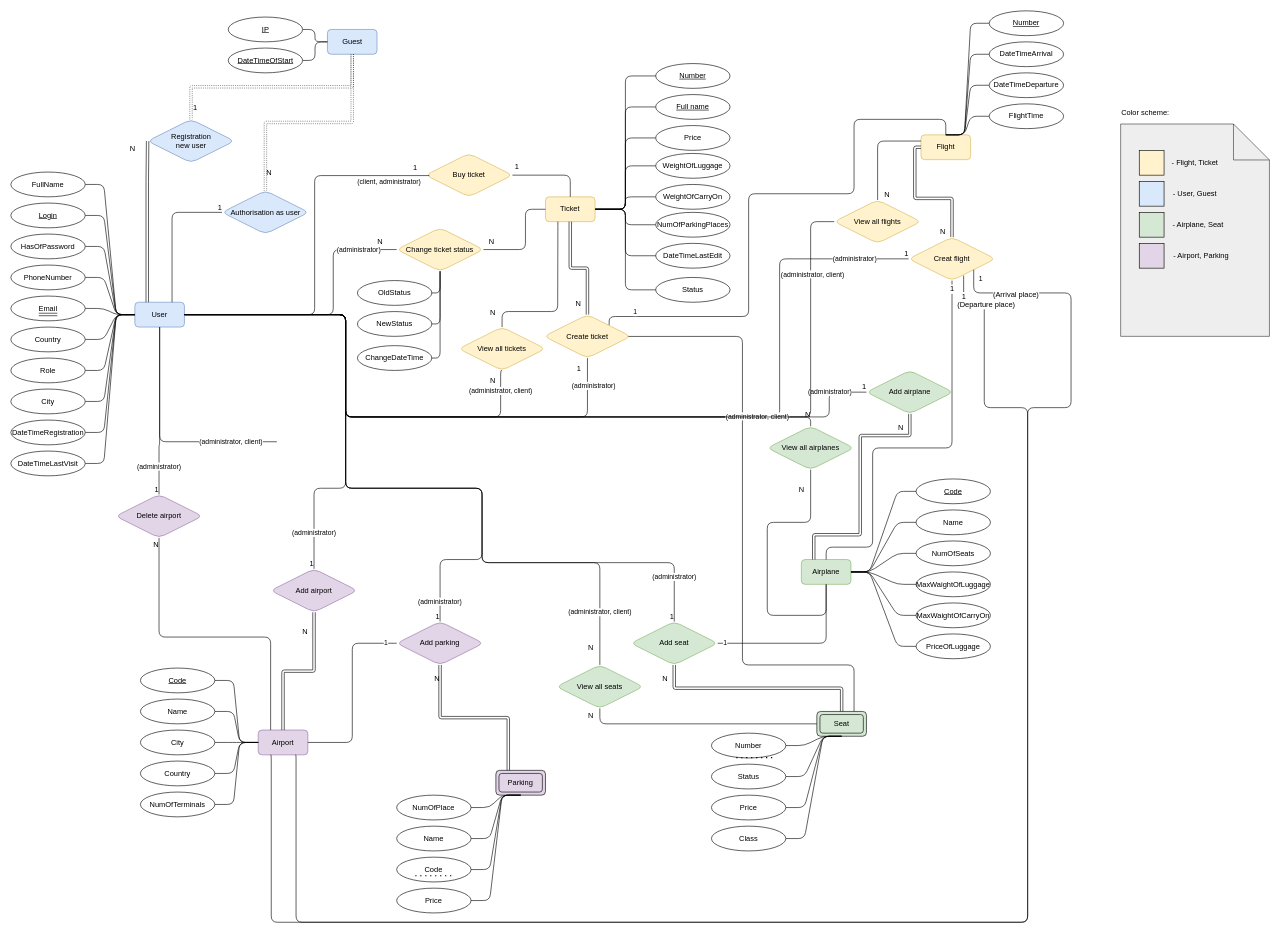
Earlier version of the draw.io diagram Design/Diagram/ERD.drawio (Yurii404/AirplaneTicketSalesSystem). Source tidied: cells renumbered, new cells numbered last; positions are measured from the earlier drawing's top-left corner, leaving out a move shared by most shapes. Both pictures are drawn from the tidied source at 62%, with x=0, y=0 at pixel (11, 11).
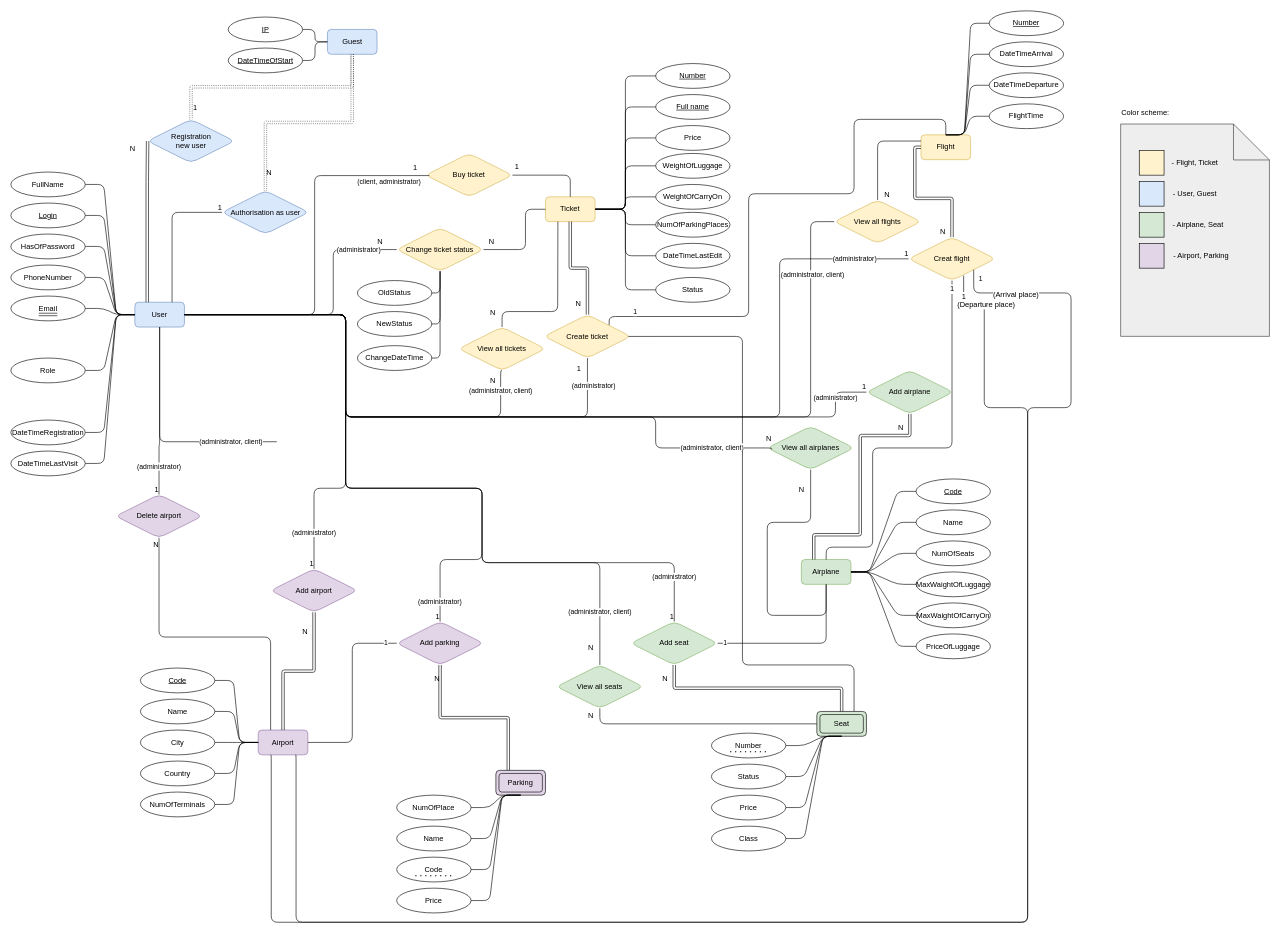
Above is the later version.

The change refers to these unchanged cells:
```xml
<mxCell id="3" value="User" style="whiteSpace=wrap;html=1;align=center;fillColor=#dae8fc;strokeColor=#6c8ebf;rounded=1;" parent="1" vertex="1">
  <mxGeometry x="200" y="470" width="80" height="40" as="geometry" />
</mxCell>
<mxCell id="98" value="Add airplane" style="shape=rhombus;perimeter=rhombusPerimeter;whiteSpace=wrap;html=1;align=center;fillColor=#d5e8d4;strokeColor=#82b366;rounded=1;" parent="1" vertex="1">
  <mxGeometry x="1380" y="580" width="140" height="70" as="geometry" />
</mxCell>
<mxCell id="143" value="View all airplanes" style="shape=rhombus;perimeter=rhombusPerimeter;whiteSpace=wrap;html=1;align=center;fillColor=#d5e8d4;strokeColor=#82b366;rounded=1;" parent="1" vertex="1">
  <mxGeometry x="1220" y="670" width="140" height="70" as="geometry" />
</mxCell>
```

Change to the diagram source:
```diff
@@
-    <mxCell id="29" style="edgeStyle=entityRelationEdgeStyle;rounded=1;jettySize=auto;html=1;exitX=1;exitY=0.5;exitDx=0;exitDy=0;entryX=0;entryY=0.5;entryDx=0;entryDy=0;endArrow=none;endFill=0;" parent="1" edge="1" source="30" target="3">
-      <mxGeometry relative="1" as="geometry" />
-    </mxCell>
-    <mxCell id="30" value="Country" style="ellipse;whiteSpace=wrap;html=1;align=center;rounded=1;" parent="1" vertex="1">
-      <mxGeometry y="510" width="120" height="40" as="geometry" />
-    </mxCell>
@@
-    <mxCell id="33" style="edgeStyle=entityRelationEdgeStyle;rounded=1;jettySize=auto;html=1;exitX=1;exitY=0.5;exitDx=0;exitDy=0;entryX=0;entryY=0.5;entryDx=0;entryDy=0;endArrow=none;endFill=0;" parent="1" edge="1" source="34" target="3">
-      <mxGeometry relative="1" as="geometry" />
-    </mxCell>
-    <mxCell id="34" value="City" style="ellipse;whiteSpace=wrap;html=1;align=center;rounded=1;" parent="1" vertex="1">
-      <mxGeometry y="610" width="120" height="40" as="geometry" />
-    </mxCell>
@@
     <mxCell id="126" value="(administrator)" style="html=1;rounded=1;endArrow=none;endFill=0;edgeStyle=orthogonalEdgeStyle;entryX=0;entryY=0.5;entryDx=0;entryDy=0;" parent="1" edge="1" target="98">
       <mxGeometry x="0.89" relative="1" as="geometry">
         <mxPoint x="520" y="490" as="sourcePoint" />
         <Array as="points">
           <mxPoint x="540" y="490" />
           <mxPoint x="540" y="655" />
-          <mxPoint x="1320" y="655" />
-          <mxPoint x="1320" y="615" />
+          <mxPoint x="1330" y="655" />
+          <mxPoint x="1330" y="615" />
         </Array>
       </mxGeometry>
     </mxCell>
@@
-    <mxCell id="144" value="(administrator, client)" style="html=1;rounded=1;endArrow=none;endFill=0;edgeStyle=orthogonalEdgeStyle;exitX=1;exitY=0.5;exitDx=0;exitDy=0;entryX=0.5;entryY=0;entryDx=0;entryDy=0;" parent="1" edge="1" source="3" target="143">
+    <mxCell id="144" value="(administrator, client)" style="html=1;rounded=1;endArrow=none;endFill=0;edgeStyle=orthogonalEdgeStyle;exitX=1;exitY=0.5;exitDx=0;exitDy=0;entryX=0.053;entryY=0.532;entryDx=0;entryDy=0;entryPerimeter=0;" parent="1" edge="1" source="3" target="143">
       <mxGeometry x="0.83" relative="1" as="geometry">
         <Array as="points">
           <mxPoint x="540" y="490" />
           <mxPoint x="540" y="655" />
-          <mxPoint x="1290" y="655" />
+          <mxPoint x="1040" y="655" />
+          <mxPoint x="1040" y="705" />
+          <mxPoint x="1227" y="705" />
+          <mxPoint x="1227" y="707" />
         </Array>
         <mxPoint y="-1" as="offset" />
       </mxGeometry>
     </mxCell>
@@
     <mxCell id="187" style="endArrow=none;dashed=1;html=1;dashPattern=1 3;strokeWidth=2;rounded=1;" parent="1" edge="1">
       <mxGeometry relative="1" as="geometry">
-        <mxPoint x="1170" y="1204.4" as="sourcePoint" />
-        <mxPoint x="1230" y="1204.4" as="targetPoint" />
+        <mxPoint x="1160" y="1195" as="sourcePoint" />
+        <mxPoint x="1220" y="1195" as="targetPoint" />
       </mxGeometry>
     </mxCell>
```
